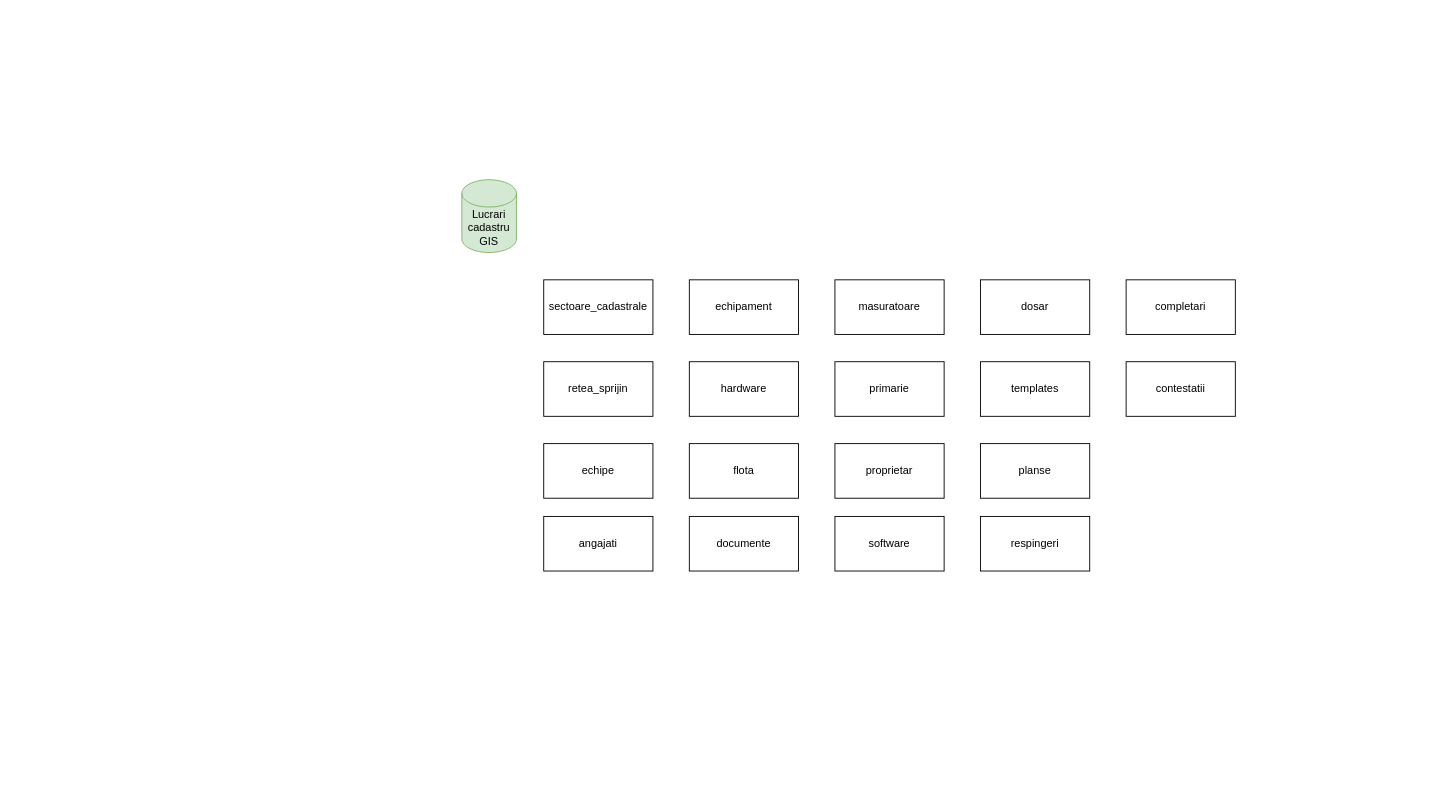
Above: Model_abstract.drawio in vitorjurj/modelare_db (draw.io), before the change. Source tidied: cells renumbered, new cells numbered last; positions are measured from the earlier drawing's top-left corner, leaving out a move shared by most shapes. Both pictures are drawn from the tidied source at 91%, with x=0, y=0 at pixel (461, 179).
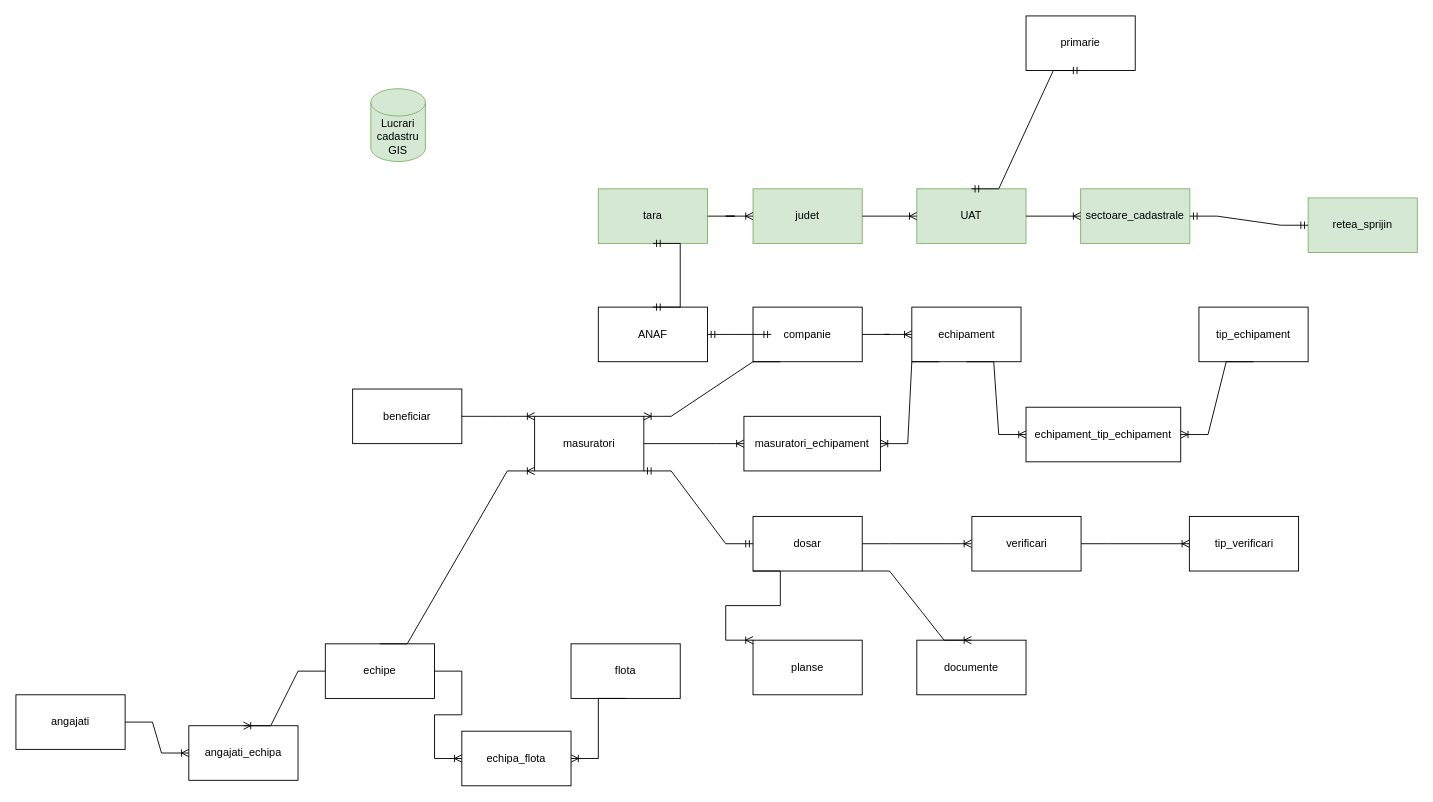
Above is the later version.

Change to the diagram source:
```diff
@@
     <mxCell id="2" value="Lucrari cadastru GIS" style="shape=cylinder3;whiteSpace=wrap;html=1;boundedLbl=1;backgroundOutline=1;size=15;fillColor=#d5e8d4;strokeColor=#82b366;" parent="1" vertex="1">
-      <mxGeometry width="60" height="80" as="geometry" />
+      <mxGeometry x="-100" y="-100" width="60" height="80" as="geometry" />
     </mxCell>
-    <mxCell id="3" value="sectoare_cadastrale" style="rounded=0;whiteSpace=wrap;html=1;" parent="1" vertex="1">
-      <mxGeometry x="90" y="110" width="120" height="60" as="geometry" />
+    <mxCell id="3" value="UAT" style="rounded=0;whiteSpace=wrap;html=1;fillColor=#d5e8d4;strokeColor=#82b366;" parent="1" vertex="1">
+      <mxGeometry x="500" y="10" width="120" height="60" as="geometry" />
     </mxCell>
-    <mxCell id="4" value="retea_sprijin" style="rounded=0;whiteSpace=wrap;html=1;" parent="1" vertex="1">
-      <mxGeometry x="90" y="200" width="120" height="60" as="geometry" />
+    <mxCell id="4" value="retea_sprijin" style="rounded=0;whiteSpace=wrap;html=1;fillColor=#d5e8d4;strokeColor=#82b366;" parent="1" vertex="1">
+      <mxGeometry x="930" y="20" width="120" height="60" as="geometry" />
     </mxCell>
     <mxCell id="5" value="echipe" style="rounded=0;whiteSpace=wrap;html=1;" parent="1" vertex="1">
-      <mxGeometry x="90" y="290" width="120" height="60" as="geometry" />
+      <mxGeometry x="-150" y="510" width="120" height="60" as="geometry" />
     </mxCell>
     <mxCell id="6" value="angajati" style="rounded=0;whiteSpace=wrap;html=1;" parent="1" vertex="1">
-      <mxGeometry x="90" y="370" width="120" height="60" as="geometry" />
+      <mxGeometry x="-490" y="566" width="120" height="60" as="geometry" />
     </mxCell>
     <mxCell id="7" value="echipament" style="rounded=0;whiteSpace=wrap;html=1;" parent="1" vertex="1">
-      <mxGeometry x="250" y="110" width="120" height="60" as="geometry" />
+      <mxGeometry x="494.5" y="140" width="120" height="60" as="geometry" />
     </mxCell>
-    <mxCell id="8" value="hardware" style="rounded=0;whiteSpace=wrap;html=1;" parent="1" vertex="1">
-      <mxGeometry x="250" y="200" width="120" height="60" as="geometry" />
-    </mxCell>
     <mxCell id="9" value="flota" style="rounded=0;whiteSpace=wrap;html=1;" parent="1" vertex="1">
-      <mxGeometry x="250" y="290" width="120" height="60" as="geometry" />
+      <mxGeometry x="120" y="510" width="120" height="60" as="geometry" />
     </mxCell>
     <mxCell id="10" value="documente" style="rounded=0;whiteSpace=wrap;html=1;" parent="1" vertex="1">
-      <mxGeometry x="250" y="370" width="120" height="60" as="geometry" />
+      <mxGeometry x="500" y="506" width="120" height="60" as="geometry" />
     </mxCell>
-    <mxCell id="11" value="masuratoare" style="rounded=0;whiteSpace=wrap;html=1;" parent="1" vertex="1">
-      <mxGeometry x="410" y="110" width="120" height="60" as="geometry" />
+    <mxCell id="11" value="masuratori" style="rounded=0;whiteSpace=wrap;html=1;" parent="1" vertex="1">
+      <mxGeometry x="80" y="260" width="120" height="60" as="geometry" />
     </mxCell>
     <mxCell id="12" value="primarie" style="rounded=0;whiteSpace=wrap;html=1;" parent="1" vertex="1">
-      <mxGeometry x="410" y="200" width="120" height="60" as="geometry" />
+      <mxGeometry x="620" y="-180" width="120" height="60" as="geometry" />
     </mxCell>
-    <mxCell id="13" value="proprietar" style="rounded=0;whiteSpace=wrap;html=1;" parent="1" vertex="1">
-      <mxGeometry x="410" y="290" width="120" height="60" as="geometry" />
+    <mxCell id="13" value="beneficiar" style="rounded=0;whiteSpace=wrap;html=1;" parent="1" vertex="1">
+      <mxGeometry x="-120" y="230" width="120" height="60" as="geometry" />
     </mxCell>
-    <mxCell id="14" value="software" style="rounded=0;whiteSpace=wrap;html=1;" parent="1" vertex="1">
-      <mxGeometry x="410" y="370" width="120" height="60" as="geometry" />
+    <mxCell id="14" value="tip_echipament" style="rounded=0;whiteSpace=wrap;html=1;" parent="1" vertex="1">
+      <mxGeometry x="810" y="140" width="120" height="60" as="geometry" />
     </mxCell>
     <mxCell id="15" value="dosar" style="rounded=0;whiteSpace=wrap;html=1;" parent="1" vertex="1">
-      <mxGeometry x="570" y="110" width="120" height="60" as="geometry" />
+      <mxGeometry x="320" y="370" width="120" height="60" as="geometry" />
     </mxCell>
     <mxCell id="16" value="planse" style="rounded=0;whiteSpace=wrap;html=1;" parent="1" vertex="1">
-      <mxGeometry x="570" y="290" width="120" height="60" as="geometry" />
+      <mxGeometry x="320" y="506" width="120" height="60" as="geometry" />
     </mxCell>
-    <mxCell id="17" value="templates" style="rounded=0;whiteSpace=wrap;html=1;" parent="1" vertex="1">
-      <mxGeometry x="570" y="200" width="120" height="60" as="geometry" />
-    </mxCell>
-    <mxCell id="18" value="respingeri" style="rounded=0;whiteSpace=wrap;html=1;" parent="1" vertex="1">
-      <mxGeometry x="570" y="370" width="120" height="60" as="geometry" />
+    <mxCell id="18" value="tip_verificari" style="rounded=0;whiteSpace=wrap;html=1;" parent="1" vertex="1">
+      <mxGeometry x="799.5" y="370" width="120" height="60" as="geometry" />
     </mxCell>
-    <mxCell id="19" value="completari" style="rounded=0;whiteSpace=wrap;html=1;" parent="1" vertex="1">
-      <mxGeometry x="730" y="110" width="120" height="60" as="geometry" />
-    </mxCell>
-    <mxCell id="20" value="contestatii" style="rounded=0;whiteSpace=wrap;html=1;" parent="1" vertex="1">
-      <mxGeometry x="730" y="200" width="120" height="60" as="geometry" />
-    </mxCell>
+    <mxCell id="21" value="sectoare_cadastrale" style="rounded=0;whiteSpace=wrap;html=1;fillColor=#d5e8d4;strokeColor=#82b366;" parent="1" vertex="1">
+      <mxGeometry x="680" y="10" width="120" height="60" as="geometry" />
+    </mxCell>
+    <mxCell id="22" style="edgeStyle=entityRelationEdgeStyle;fontSize=12;html=1;endArrow=ERoneToMany;rounded=0;entryX=0;entryY=0.5;entryDx=0;entryDy=0;exitX=1;exitY=0.5;exitDx=0;exitDy=0;" parent="1" edge="1" source="3" target="21">
+      <mxGeometry relative="1" as="geometry">
+        <Array as="points">
+          <mxPoint x="300" y="120" />
+        </Array>
+      </mxGeometry>
+    </mxCell>
+    <mxCell id="23" value="judet" style="rounded=0;whiteSpace=wrap;html=1;fillColor=#d5e8d4;strokeColor=#82b366;" parent="1" vertex="1">
+      <mxGeometry x="320" y="10" width="120" height="60" as="geometry" />
+    </mxCell>
+    <mxCell id="24" style="edgeStyle=entityRelationEdgeStyle;fontSize=12;html=1;endArrow=ERoneToMany;rounded=0;entryX=0;entryY=0.5;entryDx=0;entryDy=0;exitX=1;exitY=0.5;exitDx=0;exitDy=0;" parent="1" edge="1" source="23" target="3">
+      <mxGeometry relative="1" as="geometry" />
+    </mxCell>
+    <mxCell id="25" value="tara" style="rounded=0;whiteSpace=wrap;html=1;fillColor=#d5e8d4;strokeColor=#82b366;" parent="1" vertex="1">
+      <mxGeometry x="150" y="10" width="120" height="60" as="geometry" />
+    </mxCell>
+    <mxCell id="26" style="edgeStyle=entityRelationEdgeStyle;fontSize=12;html=1;endArrow=ERoneToMany;rounded=0;exitX=1;exitY=0.5;exitDx=0;exitDy=0;entryX=0;entryY=0.5;entryDx=0;entryDy=0;entryPerimeter=0;" parent="1" edge="1" source="25" target="23">
+      <mxGeometry relative="1" as="geometry">
+        <Array as="points">
+          <mxPoint x="600" y="250" />
+        </Array>
+      </mxGeometry>
+    </mxCell>
+    <mxCell id="27" value="companie" style="rounded=0;whiteSpace=wrap;html=1;" parent="1" vertex="1">
+      <mxGeometry x="320" y="140" width="120" height="60" as="geometry" />
+    </mxCell>
+    <mxCell id="28" style="edgeStyle=entityRelationEdgeStyle;fontSize=12;html=1;endArrow=ERoneToMany;rounded=0;exitX=1;exitY=0.5;exitDx=0;exitDy=0;entryX=0;entryY=0.5;entryDx=0;entryDy=0;" parent="1" edge="1" source="27" target="7">
+      <mxGeometry relative="1" as="geometry" />
+    </mxCell>
+    <mxCell id="29" value="ANAF" style="rounded=0;whiteSpace=wrap;html=1;" parent="1" vertex="1">
+      <mxGeometry x="150" y="140" width="120" height="60" as="geometry" />
+    </mxCell>
+    <mxCell id="30" style="edgeStyle=entityRelationEdgeStyle;fontSize=12;html=1;endArrow=ERmandOne;startArrow=ERmandOne;rounded=0;exitX=1;exitY=0.5;exitDx=0;exitDy=0;" parent="1" edge="1" source="29">
+      <mxGeometry relative="1" as="geometry">
+        <mxPoint x="340" y="170" as="targetPoint" />
+      </mxGeometry>
+    </mxCell>
+    <mxCell id="31" style="edgeStyle=entityRelationEdgeStyle;fontSize=12;html=1;endArrow=ERmandOne;startArrow=ERmandOne;rounded=0;exitX=0.5;exitY=0;exitDx=0;exitDy=0;entryX=0.5;entryY=1;entryDx=0;entryDy=0;" parent="1" edge="1" source="29" target="25">
+      <mxGeometry relative="1" as="geometry" />
+    </mxCell>
+    <mxCell id="32" style="edgeStyle=entityRelationEdgeStyle;fontSize=12;html=1;endArrow=ERoneToMany;rounded=0;exitX=0.25;exitY=1;exitDx=0;exitDy=0;entryX=1;entryY=0;entryDx=0;entryDy=0;" parent="1" edge="1" source="27" target="11">
+      <mxGeometry relative="1" as="geometry" />
+    </mxCell>
+    <mxCell id="33" value="masuratori_echipament" style="rounded=0;whiteSpace=wrap;html=1;" parent="1" vertex="1">
+      <mxGeometry x="310" y="260" width="150" height="60" as="geometry" />
+    </mxCell>
+    <mxCell id="34" style="edgeStyle=entityRelationEdgeStyle;fontSize=12;html=1;endArrow=ERoneToMany;rounded=0;exitX=1;exitY=0.5;exitDx=0;exitDy=0;entryX=0;entryY=0.5;entryDx=0;entryDy=0;" parent="1" edge="1" source="11" target="33">
+      <mxGeometry relative="1" as="geometry" />
+    </mxCell>
+    <mxCell id="35" style="edgeStyle=entityRelationEdgeStyle;fontSize=12;html=1;endArrow=ERoneToMany;rounded=0;exitX=0.25;exitY=1;exitDx=0;exitDy=0;entryX=1;entryY=0.5;entryDx=0;entryDy=0;" parent="1" edge="1" source="7" target="33">
+      <mxGeometry relative="1" as="geometry" />
+    </mxCell>
+    <mxCell id="36" value="angajati_echipa" style="rounded=0;whiteSpace=wrap;html=1;" parent="1" vertex="1">
+      <mxGeometry x="-300" y="600" width="120" height="60" as="geometry" />
+    </mxCell>
+    <mxCell id="37" style="edgeStyle=entityRelationEdgeStyle;fontSize=12;html=1;endArrow=ERoneToMany;rounded=0;entryX=0;entryY=0.5;entryDx=0;entryDy=0;" parent="1" edge="1" source="6" target="36">
+      <mxGeometry relative="1" as="geometry">
+        <Array as="points">
+          <mxPoint x="-220" y="596" />
+          <mxPoint x="-300" y="606" />
+        </Array>
+      </mxGeometry>
+    </mxCell>
+    <mxCell id="38" style="edgeStyle=entityRelationEdgeStyle;fontSize=12;html=1;endArrow=ERoneToMany;rounded=0;exitX=0;exitY=0.5;exitDx=0;exitDy=0;entryX=0.5;entryY=0;entryDx=0;entryDy=0;" parent="1" edge="1" source="5" target="36">
+      <mxGeometry relative="1" as="geometry" />
+    </mxCell>
+    <mxCell id="39" style="edgeStyle=entityRelationEdgeStyle;fontSize=12;html=1;endArrow=ERoneToMany;rounded=0;exitX=0.5;exitY=0;exitDx=0;exitDy=0;entryX=0;entryY=1;entryDx=0;entryDy=0;" parent="1" edge="1" source="5" target="11">
+      <mxGeometry relative="1" as="geometry" />
+    </mxCell>
+    <mxCell id="40" value="echipa_flota" style="rounded=0;whiteSpace=wrap;html=1;" parent="1" vertex="1">
+      <mxGeometry y="606" width="120" height="60" as="geometry" />
+    </mxCell>
+    <mxCell id="41" style="edgeStyle=entityRelationEdgeStyle;fontSize=12;html=1;endArrow=ERoneToMany;rounded=0;exitX=1;exitY=0.5;exitDx=0;exitDy=0;entryX=0;entryY=0.5;entryDx=0;entryDy=0;" parent="1" edge="1" source="5" target="40">
+      <mxGeometry relative="1" as="geometry" />
+    </mxCell>
+    <mxCell id="42" style="edgeStyle=entityRelationEdgeStyle;fontSize=12;html=1;endArrow=ERoneToMany;rounded=0;exitX=0.5;exitY=1;exitDx=0;exitDy=0;entryX=1;entryY=0.5;entryDx=0;entryDy=0;" parent="1" edge="1" source="9" target="40">
+      <mxGeometry relative="1" as="geometry" />
+    </mxCell>
+    <mxCell id="43" style="edgeStyle=entityRelationEdgeStyle;fontSize=12;html=1;endArrow=ERmandOne;startArrow=ERmandOne;rounded=0;entryX=1;entryY=0.5;entryDx=0;entryDy=0;exitX=0;exitY=0.5;exitDx=0;exitDy=0;" parent="1" edge="1" source="4" target="21">
+      <mxGeometry relative="1" as="geometry" />
+    </mxCell>
+    <mxCell id="44" style="edgeStyle=entityRelationEdgeStyle;fontSize=12;html=1;endArrow=ERmandOne;startArrow=ERmandOne;rounded=0;entryX=0.5;entryY=1;entryDx=0;entryDy=0;exitX=0.5;exitY=0;exitDx=0;exitDy=0;" parent="1" edge="1" source="3" target="12">
+      <mxGeometry relative="1" as="geometry" />
+    </mxCell>
+    <mxCell id="45" style="edgeStyle=entityRelationEdgeStyle;fontSize=12;html=1;endArrow=ERoneToMany;rounded=0;entryX=0;entryY=0;entryDx=0;entryDy=0;exitX=1;exitY=0.5;exitDx=0;exitDy=0;" parent="1" edge="1" source="13" target="11">
+      <mxGeometry relative="1" as="geometry" />
+    </mxCell>
+    <mxCell id="46" value="echipament_tip_echipament" style="rounded=0;whiteSpace=wrap;html=1;" parent="1" vertex="1">
+      <mxGeometry x="620" y="250" width="170" height="60" as="geometry" />
+    </mxCell>
+    <mxCell id="47" style="edgeStyle=entityRelationEdgeStyle;fontSize=12;html=1;endArrow=ERoneToMany;rounded=0;exitX=0.5;exitY=1;exitDx=0;exitDy=0;entryX=0;entryY=0.5;entryDx=0;entryDy=0;" parent="1" edge="1" source="7" target="46">
+      <mxGeometry relative="1" as="geometry" />
+    </mxCell>
+    <mxCell id="48" style="edgeStyle=entityRelationEdgeStyle;fontSize=12;html=1;endArrow=ERoneToMany;rounded=0;exitX=0.5;exitY=1;exitDx=0;exitDy=0;entryX=1;entryY=0.5;entryDx=0;entryDy=0;" parent="1" edge="1" source="14" target="46">
+      <mxGeometry relative="1" as="geometry" />
+    </mxCell>
+    <mxCell id="49" value="verificari" style="rounded=0;whiteSpace=wrap;html=1;" parent="1" vertex="1">
+      <mxGeometry x="560.5" y="370" width="120" height="60" as="geometry" />
+    </mxCell>
+    <mxCell id="50" style="edgeStyle=entityRelationEdgeStyle;fontSize=12;html=1;endArrow=ERoneToMany;rounded=0;exitX=1;exitY=0.5;exitDx=0;exitDy=0;entryX=0;entryY=0.5;entryDx=0;entryDy=0;" parent="1" edge="1" source="49" target="18">
+      <mxGeometry relative="1" as="geometry" />
+    </mxCell>
+    <mxCell id="51" style="edgeStyle=entityRelationEdgeStyle;fontSize=12;html=1;endArrow=ERmandOne;startArrow=ERmandOne;rounded=0;exitX=0;exitY=0.5;exitDx=0;exitDy=0;entryX=1;entryY=1;entryDx=0;entryDy=0;" parent="1" edge="1" source="15" target="11">
+      <mxGeometry relative="1" as="geometry" />
+    </mxCell>
+    <mxCell id="52" style="edgeStyle=entityRelationEdgeStyle;fontSize=12;html=1;endArrow=ERoneToMany;rounded=0;exitX=1;exitY=0.5;exitDx=0;exitDy=0;" parent="1" edge="1" source="15">
+      <mxGeometry relative="1" as="geometry">
+        <mxPoint x="560" y="400" as="targetPoint" />
+      </mxGeometry>
+    </mxCell>
+    <mxCell id="53" style="edgeStyle=entityRelationEdgeStyle;fontSize=12;html=1;endArrow=ERoneToMany;rounded=0;exitX=0;exitY=1;exitDx=0;exitDy=0;entryX=0;entryY=0;entryDx=0;entryDy=0;" parent="1" edge="1" source="15" target="16">
+      <mxGeometry relative="1" as="geometry" />
+    </mxCell>
+    <mxCell id="54" style="edgeStyle=entityRelationEdgeStyle;fontSize=12;html=1;endArrow=ERoneToMany;rounded=0;exitX=1;exitY=1;exitDx=0;exitDy=0;entryX=0.5;entryY=0;entryDx=0;entryDy=0;" parent="1" edge="1" source="15" target="10">
+      <mxGeometry relative="1" as="geometry" />
+    </mxCell>
```
